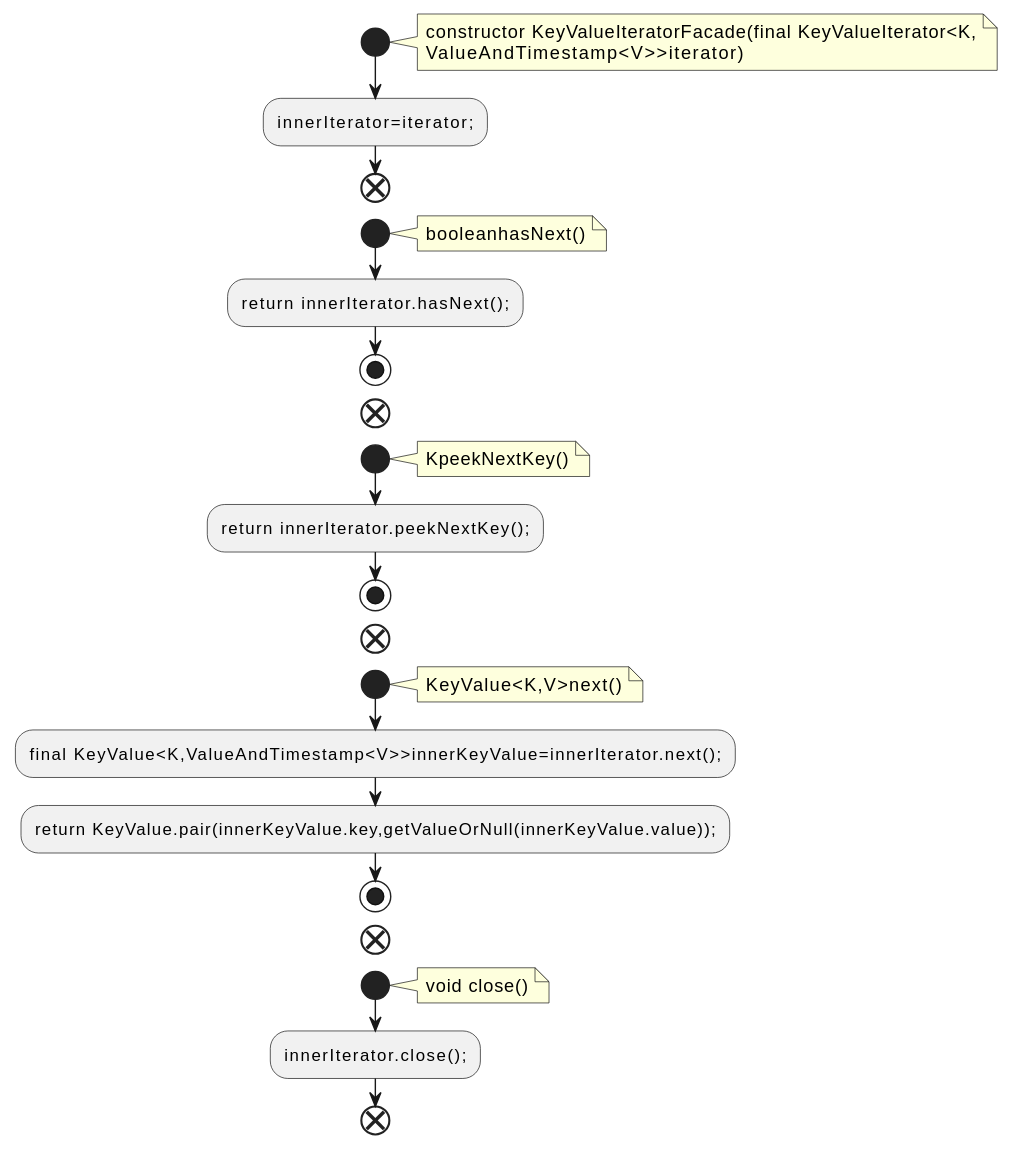
This is docs/qc/streams/src/main/java/org/apache/kafka/streams/state/internals/KeyValueIteratorFacade.java.fct.svg from qualitesys/kafka, a PlantUML export, as it was before one commit.
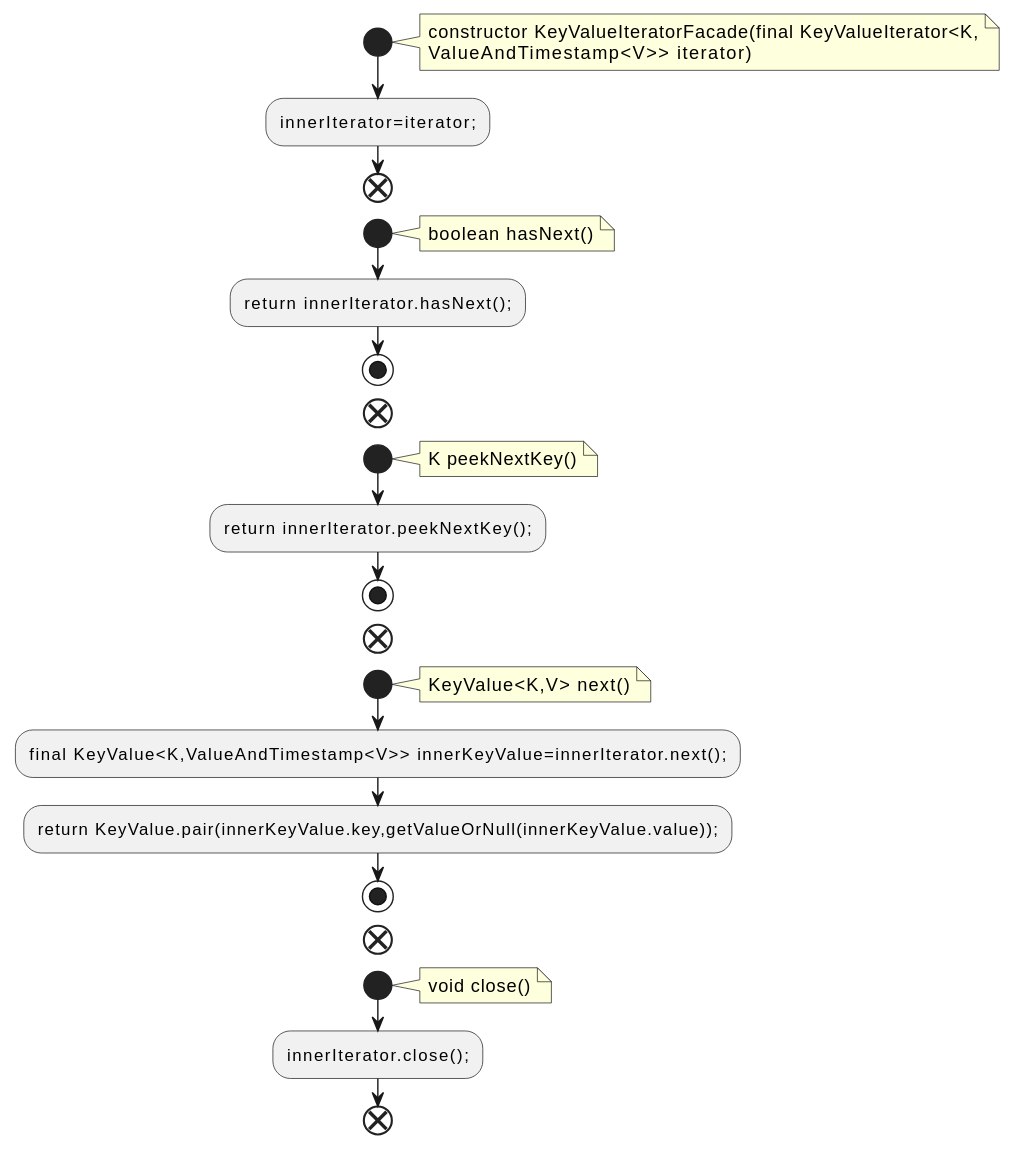
After the commit.

The edit, as a diff of the source:
```diff
@@ -3,29 +3,29 @@
 start
 note right
 constructor KeyValueIteratorFacade(final KeyValueIterator<K,
-ValueAndTimestamp<V>>iterator)
+ValueAndTimestamp<V>> iterator)
 end note
 :innerIterator=iterator;;
 end
 start
 note right
-booleanhasNext()
+boolean hasNext()
 end note
 :return innerIterator.hasNext();;
 stop
 end
 start
 note right
-KpeekNextKey()
+K peekNextKey()
 end note
 :return innerIterator.peekNextKey();;
 stop
 end
 start
 note right
-KeyValue<K,V>next()
+KeyValue<K,V> next()
 end note
-:final KeyValue<K,ValueAndTimestamp<V>>innerKeyValue=innerIterator.next();;
+:final KeyValue<K,ValueAndTimestamp<V>> innerKeyValue=innerIterator.next();;
 :return KeyValue.pair(innerKeyValue.key,getValueOrNull(innerKeyValue.value));;
 stop
 end
```
